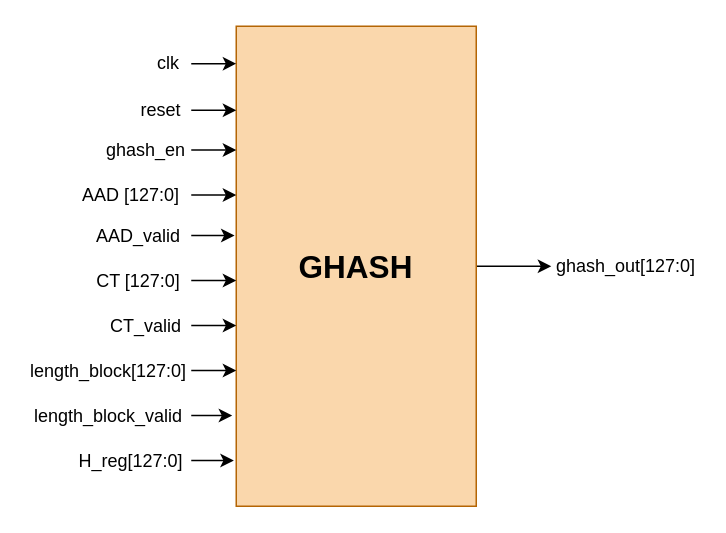
Earlier version of the draw.io diagram Quang Long/_drawio/GHASH high level.drawio (LQLManZz/AES128-Verilog). Source tidied: cells renumbered, new cells numbered last; positions are measured from the earlier drawing's top-left corner, leaving out a move shared by most shapes. Both pictures are drawn from the tidied source at 150%, with x=0, y=0 at pixel (26, 26).
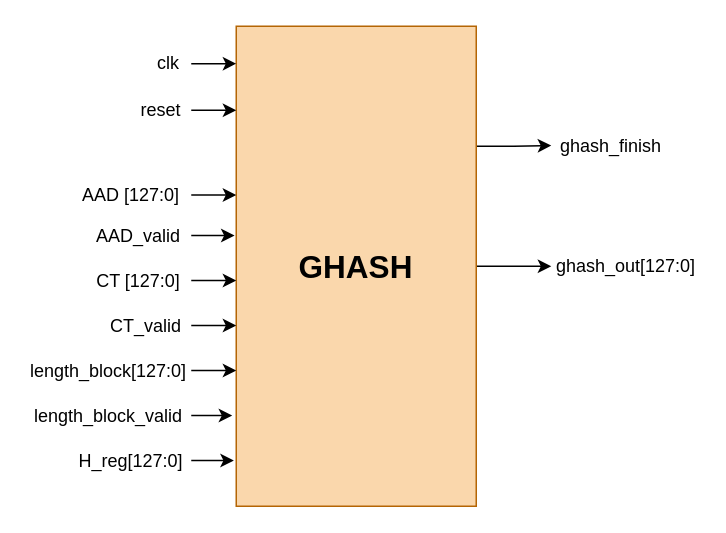
Above is the later version.

Unchanged cells that the change refers to:
```xml
<mxCell id="3" value="&lt;font style=&quot;font-size: 21px;&quot;&gt;&lt;b&gt;GHASH&lt;/b&gt;&lt;/font&gt;" style="rounded=0;whiteSpace=wrap;html=1;fillColor=#fad7ac;strokeColor=#b46504;" parent="1" vertex="1">
  <mxGeometry x="140" width="160" height="320" as="geometry" />
</mxCell>
```

Diff of the diagram source:
```diff
@@
+    <mxCell id="25" style="edgeStyle=orthogonalEdgeStyle;rounded=0;jettySize=auto;html=1;exitX=1;exitY=0.25;exitDx=0;exitDy=0;entryX=0;entryY=0.5;entryDx=0;entryDy=0;" parent="1" edge="1" source="3" target="26">
+      <mxGeometry relative="1" as="geometry" />
+    </mxCell>
@@
-    <mxCell id="5" value="ghash_en" style="text;html=1;whiteSpace=wrap;strokeColor=none;fillColor=none;align=center;verticalAlign=middle;rounded=0;" parent="1" vertex="1">
-      <mxGeometry x="50" y="67.5" width="60" height="30" as="geometry" />
-    </mxCell>
@@
-    <mxCell id="17" style="edgeStyle=orthogonalEdgeStyle;rounded=0;jettySize=auto;html=1;exitX=1;exitY=0.5;exitDx=0;exitDy=0;entryX=0;entryY=0.258;entryDx=0;entryDy=0;entryPerimeter=0;fontFamily=Helvetica;fontSize=12;fontColor=default;" parent="1" edge="1" source="5" target="3">
-      <mxGeometry relative="1" as="geometry" />
-    </mxCell>
@@
+    <mxCell id="26" value="ghash_finish" style="text;html=1;whiteSpace=wrap;strokeColor=none;fillColor=none;align=center;verticalAlign=middle;rounded=0;" parent="1" vertex="1">
+      <mxGeometry x="350" y="64.5" width="80" height="30" as="geometry" />
+    </mxCell>
```
